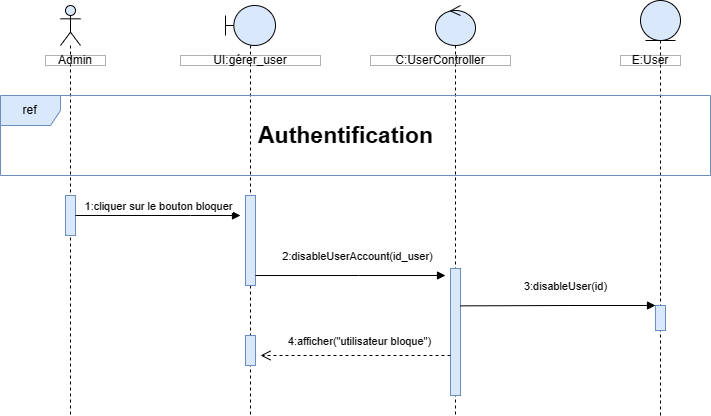
Earlier version of the draw.io export Diagramme sequence bloque utilisateur.drawio.png (chirine1/-project). Source tidied: cells renumbered, new cells last; positions are measured from the earlier drawing's top-left corner, leaving out a move shared by most shapes.
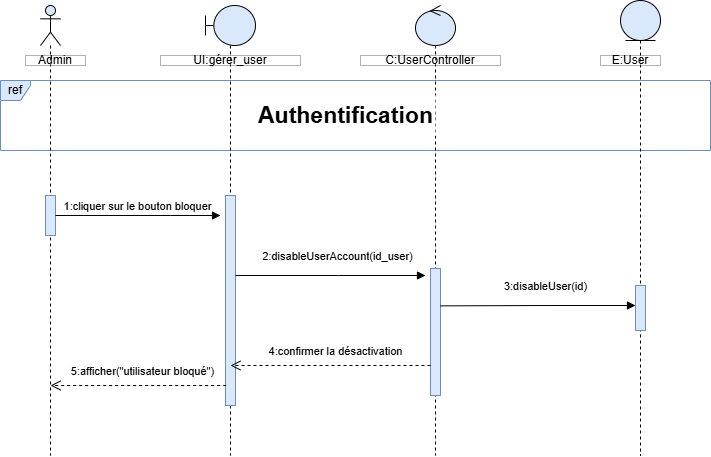
The same file after the commit.

Commit message:
Mettre à jour Diagramme sequence bloque utilisateur.drawio.png

What changed in the source:
```diff
@@ -2,37 +2,37 @@
   <root>
     <mxCell id="0" />
     <mxCell id="1" parent="0" />
+    <mxCell id="17" value="ref" style="shape=umlFrame;whiteSpace=wrap;html=1;fillColor=#dae8fc;strokeColor=#6c8ebf;width=30;height=20;swimlaneFillColor=default;" parent="1" vertex="1">
+      <mxGeometry x="20" y="80" width="710" height="70" as="geometry" />
+    </mxCell>
     <mxCell id="2" style="shape=umlLifeline;perimeter=lifelinePerimeter;whiteSpace=wrap;html=1;newEdgeStyle={&quot;curved&quot;:0,&quot;rounded&quot;:0};participant=umlBoundary;fillColor=#dae8fc;strokeColor=default;" parent="1" vertex="1">
-      <mxGeometry x="225" y="5" width="50" height="410" as="geometry" />
+      <mxGeometry x="225" y="5" width="50" height="450" as="geometry" />
     </mxCell>
     <mxCell id="3" style="html=1;perimeter=orthogonalPerimeter;targetShapes=umlLifeline;newEdgeStyle={&quot;curved&quot;:0,&quot;rounded&quot;:0};fillColor=#dae8fc;strokeColor=#6c8ebf;" parent="2" vertex="1">
-      <mxGeometry x="20" y="190" width="10" height="90" as="geometry" />
+      <mxGeometry x="20" y="190" width="10" height="210" as="geometry" />
     </mxCell>
-    <mxCell id="4" style="html=1;perimeter=orthogonalPerimeter;targetShapes=umlLifeline;newEdgeStyle={&quot;curved&quot;:0,&quot;rounded&quot;:0};fillColor=#dae8fc;strokeColor=#6c8ebf;" parent="2" vertex="1">
-      <mxGeometry x="20" y="330" width="10" height="30" as="geometry" />
-    </mxCell>
     <mxCell id="5" style="shape=umlLifeline;perimeter=lifelinePerimeter;whiteSpace=wrap;html=1;newEdgeStyle={&quot;curved&quot;:0,&quot;rounded&quot;:0};participant=umlEntity;fillColor=#dae8fc;strokeColor=default;" parent="1" vertex="1">
-      <mxGeometry x="640" width="40" height="415" as="geometry" />
+      <mxGeometry x="640" width="40" height="455" as="geometry" />
     </mxCell>
     <mxCell id="6" style="html=1;perimeter=orthogonalPerimeter;targetShapes=umlLifeline;newEdgeStyle={&quot;curved&quot;:0,&quot;rounded&quot;:0};fillColor=#dae8fc;strokeColor=#6c8ebf;" parent="5" vertex="1">
-      <mxGeometry x="15" y="305" width="10" height="25" as="geometry" />
+      <mxGeometry x="15" y="285" width="10" height="45" as="geometry" />
     </mxCell>
     <mxCell id="7" style="shape=umlLifeline;perimeter=lifelinePerimeter;whiteSpace=wrap;html=1;newEdgeStyle={&quot;curved&quot;:0,&quot;rounded&quot;:0};participant=umlControl;fillColor=#dae8fc;strokeColor=default;" parent="1" vertex="1">
-      <mxGeometry x="435" y="5" width="40" height="410" as="geometry" />
+      <mxGeometry x="435" y="5" width="40" height="450" as="geometry" />
     </mxCell>
     <mxCell id="8" style="html=1;perimeter=orthogonalPerimeter;targetShapes=umlLifeline;newEdgeStyle={&quot;curved&quot;:0,&quot;rounded&quot;:0};fillColor=#dae8fc;strokeColor=#6c8ebf;" parent="7" vertex="1">
       <mxGeometry x="15" y="263" width="10" height="127" as="geometry" />
     </mxCell>
     <mxCell id="9" style="shape=umlLifeline;perimeter=lifelinePerimeter;whiteSpace=wrap;html=1;newEdgeStyle={&quot;curved&quot;:0,&quot;rounded&quot;:0};participant=umlActor;fillColor=#dae8fc;strokeColor=default;" parent="1" vertex="1">
-      <mxGeometry x="60" y="5" width="20" height="410" as="geometry" />
+      <mxGeometry x="60" y="5" width="20" height="450" as="geometry" />
     </mxCell>
     <mxCell id="10" style="html=1;points=[[0,0,0,0,5],[0,1,0,0,-5],[1,0,0,0,5],[1,1,0,0,-5]];perimeter=orthogonalPerimeter;outlineConnect=0;targetShapes=umlLifeline;portConstraint=eastwest;newEdgeStyle={&quot;curved&quot;:0,&quot;rounded&quot;:0};fillColor=#dae8fc;strokeColor=#6c8ebf;" parent="9" vertex="1">
       <mxGeometry x="5" y="190" width="10" height="40" as="geometry" />
     </mxCell>
-    <mxCell id="11" value="4:afficher(&quot;utilisateur bloque&quot;)" style="html=1;verticalAlign=bottom;endArrow=open;dashed=1;endSize=8;curved=0;rounded=0;entryX=1;entryY=0;entryDx=0;entryDy=5;entryPerimeter=0;" parent="1" edge="1">
+    <mxCell id="11" value="5:afficher(&quot;utilisateur bloqué&quot;)" style="html=1;verticalAlign=bottom;endArrow=open;dashed=1;endSize=8;curved=0;rounded=0;" parent="1" edge="1">
       <mxGeometry x="-0.05" y="-5" relative="1" as="geometry">
-        <mxPoint x="450" y="355" as="sourcePoint" />
-        <mxPoint x="260" y="355" as="targetPoint" />
+        <mxPoint x="245.7" y="385" as="sourcePoint" />
+        <mxPoint x="70" y="385" as="targetPoint" />
       </mxGeometry>
     </mxCell>
     <mxCell id="12" value="Admin" style="html=1;whiteSpace=wrap;opacity=30;gradientColor=none;fillColor=default;fillStyle=auto;rounded=0;" parent="1" vertex="1">
@@ -42,7 +42,7 @@
       <mxGeometry x="180" y="55" width="140" height="10" as="geometry" />
     </mxCell>
     <mxCell id="14" value="C:UserController" style="html=1;whiteSpace=wrap;opacity=30;gradientColor=none;fillColor=default;fillStyle=auto;rounded=0;" parent="1" vertex="1">
-      <mxGeometry x="370" y="55" width="140" height="10" as="geometry" />
+      <mxGeometry x="380" y="55" width="140" height="10" as="geometry" />
     </mxCell>
     <mxCell id="15" value="E:User" style="html=1;whiteSpace=wrap;opacity=30;gradientColor=none;fillColor=default;fillStyle=auto;rounded=0;" parent="1" vertex="1">
       <mxGeometry x="620" y="55" width="60" height="10" as="geometry" />
@@ -55,9 +55,6 @@
         </Array>
       </mxGeometry>
     </mxCell>
-    <mxCell id="17" value="ref" style="shape=umlFrame;whiteSpace=wrap;html=1;fillColor=#dae8fc;strokeColor=#6c8ebf;" parent="1" vertex="1">
-      <mxGeometry y="95" width="710" height="80" as="geometry" />
-    </mxCell>
     <mxCell id="18" value="2:disableUserAccount(id_user)" style="html=1;verticalAlign=bottom;endArrow=block;curved=0;rounded=0;" parent="1" edge="1">
       <mxGeometry x="0.07" y="10" relative="1" as="geometry">
         <mxPoint x="255" y="275" as="sourcePoint" />
@@ -77,7 +74,13 @@
       </mxGeometry>
     </mxCell>
     <mxCell id="20" value="&lt;font style=&quot;font-size: 23px;&quot;&gt;Authentification&lt;/font&gt;" style="text;html=1;align=center;verticalAlign=middle;strokeColor=none;fillColor=default;gradientColor=none;rounded=0;glass=0;shadow=0;fontStyle=1;" parent="1" vertex="1">
-      <mxGeometry x="255" y="115" width="180" height="40" as="geometry" />
+      <mxGeometry x="275" y="95" width="180" height="40" as="geometry" />
     </mxCell>
+    <mxCell id="21" value="4:confirmer la désactivation" style="html=1;verticalAlign=bottom;endArrow=open;dashed=1;endSize=8;curved=0;rounded=0;" parent="1" edge="1">
+      <mxGeometry x="-0.05" y="-5" relative="1" as="geometry">
+        <mxPoint x="450" y="365" as="sourcePoint" />
+        <mxPoint x="250" y="365" as="targetPoint" />
+      </mxGeometry>
+    </mxCell>
   </root>
 </mxGraphModel>
```
